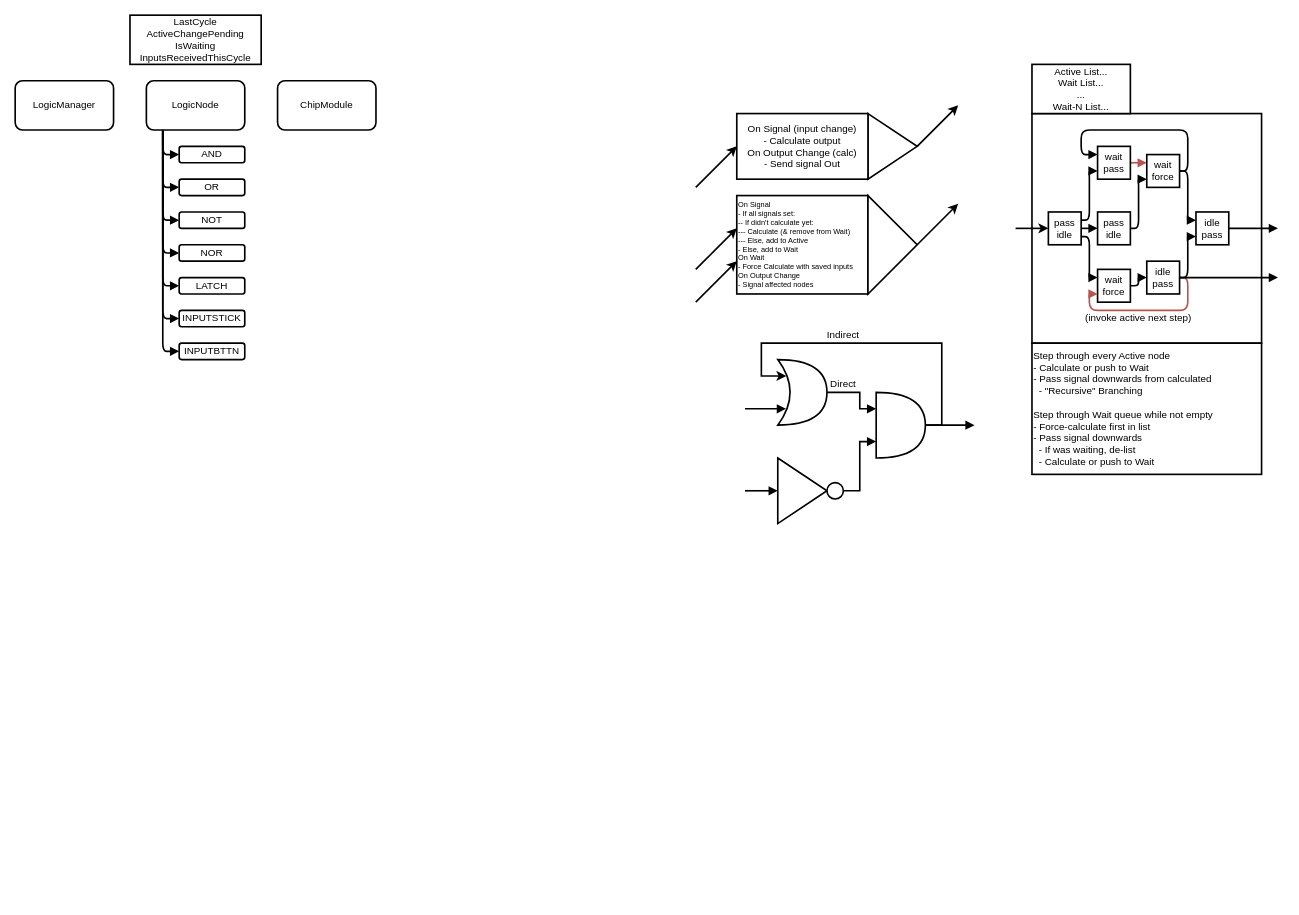
This is Untitled Diagram.drawio from Aceba1/Logic-Gates, a draw.io file, before an edit. Source tidied: cells renumbered, new cells numbered last; positions are measured from the earlier drawing's top-left corner, leaving out a move shared by most shapes. Both pictures are drawn from the tidied source at 82%, with x=0, y=0 at pixel (15, 15).
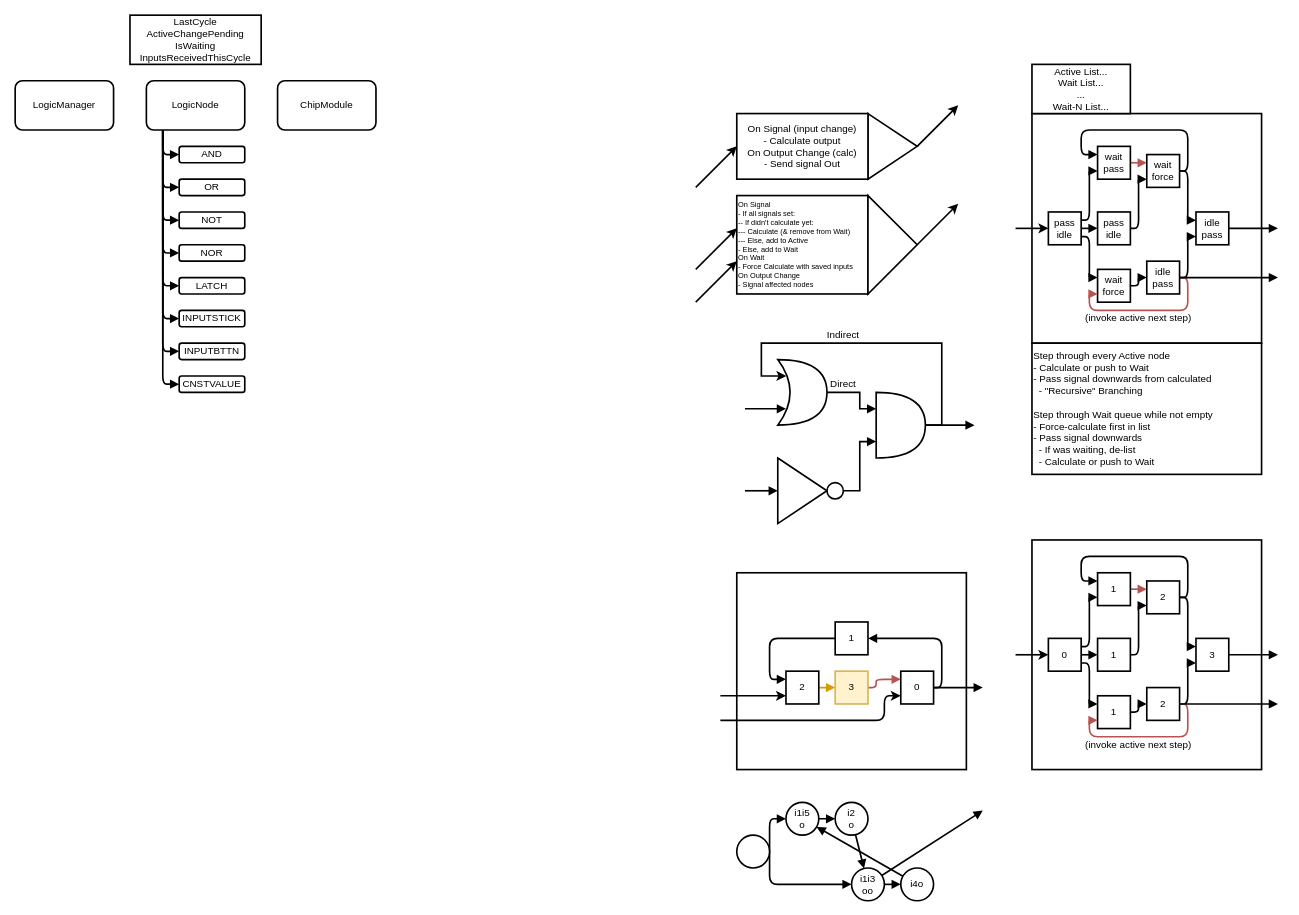
After the change.

Unchanged cells that the change refers to:
```xml
<mxCell id="49" value="&lt;div&gt;LogicNode&lt;/div&gt;" style="rounded=1;whiteSpace=wrap;html=1;strokeWidth=2;" parent="1" vertex="1">
  <mxGeometry x="160" y="80" width="120" height="60" as="geometry" />
</mxCell>
```

Diff of the diagram source:
```diff
@@
+    <mxCell id="65" style="edgeStyle=orthogonalEdgeStyle;rounded=1;jettySize=auto;html=1;entryX=0;entryY=0.5;entryDx=0;entryDy=0;startArrow=none;startFill=0;endArrow=block;endFill=1;strokeWidth=2;fontSize=12;" parent="1" edge="1" source="49" target="66">
+      <mxGeometry relative="1" as="geometry">
+        <Array as="points">
+          <mxPoint x="180" y="450" />
+        </Array>
+      </mxGeometry>
+    </mxCell>
@@
+    <mxCell id="66" value="CNSTVALUE" style="rounded=1;whiteSpace=wrap;html=1;strokeWidth=2;" parent="1" vertex="1">
+      <mxGeometry x="200" y="440" width="80" height="20" as="geometry" />
+    </mxCell>
+    <mxCell id="67" style="rounded=0;whiteSpace=wrap;html=1;strokeWidth=2;" parent="1" vertex="1">
+      <mxGeometry x="1240" y="640" width="280" height="280" as="geometry" />
+    </mxCell>
+    <mxCell id="68" style="edgeStyle=orthogonalEdgeStyle;rounded=1;jettySize=auto;html=1;entryX=0;entryY=0.5;entryDx=0;entryDy=0;startArrow=none;startFill=0;endArrow=block;endFill=1;strokeWidth=2;" parent="1" edge="1" source="71" target="73">
+      <mxGeometry relative="1" as="geometry">
+        <Array as="points">
+          <mxPoint x="1320" y="780" />
+        </Array>
+      </mxGeometry>
+    </mxCell>
+    <mxCell id="69" style="edgeStyle=orthogonalEdgeStyle;rounded=1;jettySize=auto;html=1;exitX=1;exitY=0.25;exitDx=0;exitDy=0;entryX=0;entryY=0.75;entryDx=0;entryDy=0;startArrow=none;startFill=0;endArrow=block;endFill=1;strokeWidth=2;" parent="1" edge="1" source="71" target="75">
+      <mxGeometry relative="1" as="geometry">
+        <Array as="points">
+          <mxPoint x="1310" y="770" />
+          <mxPoint x="1310" y="710" />
+        </Array>
+      </mxGeometry>
+    </mxCell>
+    <mxCell id="70" style="edgeStyle=orthogonalEdgeStyle;rounded=1;jettySize=auto;html=1;exitX=1;exitY=0.75;exitDx=0;exitDy=0;entryX=0;entryY=0.25;entryDx=0;entryDy=0;startArrow=none;startFill=0;endArrow=block;endFill=1;strokeWidth=2;" parent="1" edge="1" source="71" target="80">
+      <mxGeometry relative="1" as="geometry">
+        <Array as="points">
+          <mxPoint x="1310" y="790" />
+          <mxPoint x="1310" y="840" />
+        </Array>
+      </mxGeometry>
+    </mxCell>
+    <mxCell id="71" value="0" style="rounded=0;whiteSpace=wrap;html=1;strokeWidth=2;" parent="1" vertex="1">
+      <mxGeometry x="1260" y="760" width="40" height="40" as="geometry" />
+    </mxCell>
+    <mxCell id="72" style="edgeStyle=orthogonalEdgeStyle;rounded=1;jettySize=auto;html=1;entryX=0;entryY=0.75;entryDx=0;entryDy=0;startArrow=none;startFill=0;endArrow=block;endFill=1;strokeWidth=2;" parent="1" edge="1" source="73" target="78">
+      <mxGeometry relative="1" as="geometry">
+        <Array as="points">
+          <mxPoint x="1370" y="780" />
+          <mxPoint x="1370" y="720" />
+        </Array>
+      </mxGeometry>
+    </mxCell>
+    <mxCell id="73" value="1" style="rounded=0;whiteSpace=wrap;html=1;strokeWidth=2;" parent="1" vertex="1">
+      <mxGeometry x="1320" y="760" width="40" height="40" as="geometry" />
+    </mxCell>
+    <mxCell id="74" style="edgeStyle=orthogonalEdgeStyle;rounded=0;jettySize=auto;html=1;entryX=0;entryY=0.25;entryDx=0;entryDy=0;startArrow=none;startFill=0;endArrow=block;endFill=1;strokeWidth=2;fillColor=#f8cecc;strokeColor=#b85450;" parent="1" edge="1" source="75" target="78">
+      <mxGeometry relative="1" as="geometry">
+        <Array as="points">
+          <mxPoint x="1360" y="700" />
+          <mxPoint x="1360" y="700" />
+        </Array>
+      </mxGeometry>
+    </mxCell>
+    <mxCell id="75" value="1" style="rounded=0;whiteSpace=wrap;html=1;strokeWidth=2;" parent="1" vertex="1">
+      <mxGeometry x="1320" y="680" width="40" height="40" as="geometry" />
+    </mxCell>
+    <mxCell id="76" style="edgeStyle=orthogonalEdgeStyle;rounded=1;jettySize=auto;html=1;entryX=0;entryY=0.25;entryDx=0;entryDy=0;startArrow=none;startFill=0;endArrow=block;endFill=1;strokeWidth=2;" parent="1" edge="1" source="78" target="75">
+      <mxGeometry relative="1" as="geometry">
+        <Array as="points">
+          <mxPoint x="1430" y="710" />
+          <mxPoint x="1430" y="660" />
+          <mxPoint x="1300" y="660" />
+          <mxPoint x="1300" y="690" />
+        </Array>
+      </mxGeometry>
+    </mxCell>
+    <mxCell id="77" style="edgeStyle=orthogonalEdgeStyle;rounded=1;jettySize=auto;html=1;exitX=1;exitY=0.5;exitDx=0;exitDy=0;entryX=0;entryY=0.25;entryDx=0;entryDy=0;startArrow=none;startFill=0;endArrow=block;endFill=1;strokeWidth=2;" parent="1" edge="1" source="78" target="86">
+      <mxGeometry relative="1" as="geometry">
+        <Array as="points">
+          <mxPoint x="1430" y="710" />
+          <mxPoint x="1430" y="770" />
+        </Array>
+      </mxGeometry>
+    </mxCell>
+    <mxCell id="78" value="2" style="rounded=0;whiteSpace=wrap;html=1;strokeWidth=2;" parent="1" vertex="1">
+      <mxGeometry x="1380" y="690" width="40" height="40" as="geometry" />
+    </mxCell>
+    <mxCell id="79" style="edgeStyle=orthogonalEdgeStyle;rounded=1;jettySize=auto;html=1;entryX=0;entryY=0.5;entryDx=0;entryDy=0;startArrow=none;startFill=0;endArrow=block;endFill=1;strokeWidth=2;" parent="1" edge="1" source="80" target="84">
+      <mxGeometry relative="1" as="geometry">
+        <Array as="points">
+          <mxPoint x="1370" y="850" />
+          <mxPoint x="1370" y="840" />
+        </Array>
+      </mxGeometry>
+    </mxCell>
+    <mxCell id="80" value="1" style="rounded=0;whiteSpace=wrap;html=1;strokeWidth=2;" parent="1" vertex="1">
+      <mxGeometry x="1320" y="830" width="40" height="40" as="geometry" />
+    </mxCell>
+    <mxCell id="81" style="edgeStyle=orthogonalEdgeStyle;rounded=1;jettySize=auto;html=1;entryX=0;entryY=0.75;entryDx=0;entryDy=0;startArrow=none;startFill=0;endArrow=block;endFill=1;strokeWidth=2;" parent="1" edge="1" source="84" target="86">
+      <mxGeometry relative="1" as="geometry">
+        <Array as="points">
+          <mxPoint x="1430" y="840" />
+          <mxPoint x="1430" y="790" />
+        </Array>
+      </mxGeometry>
+    </mxCell>
+    <mxCell id="82" style="edgeStyle=orthogonalEdgeStyle;rounded=1;jettySize=auto;html=1;startArrow=none;startFill=0;endArrow=block;endFill=1;strokeWidth=2;fillColor=#f8cecc;strokeColor=#b85450;" parent="1" edge="1" source="84">
+      <mxGeometry relative="1" as="geometry">
+        <mxPoint x="1320" y="860" as="targetPoint" />
+        <Array as="points">
+          <mxPoint x="1430" y="840" />
+          <mxPoint x="1430" y="880" />
+          <mxPoint x="1310" y="880" />
+          <mxPoint x="1310" y="860" />
+        </Array>
+      </mxGeometry>
+    </mxCell>
+    <mxCell id="83" style="edgeStyle=orthogonalEdgeStyle;rounded=0;jettySize=auto;html=1;exitX=1;exitY=0.5;exitDx=0;exitDy=0;startArrow=none;startFill=0;endArrow=block;endFill=1;strokeWidth=2;" parent="1" edge="1" source="84">
+      <mxGeometry relative="1" as="geometry">
+        <mxPoint x="1540" y="840" as="targetPoint" />
+      </mxGeometry>
+    </mxCell>
+    <mxCell id="84" value="2" style="rounded=0;whiteSpace=wrap;html=1;strokeWidth=2;" parent="1" vertex="1">
+      <mxGeometry x="1380" y="820" width="40" height="40" as="geometry" />
+    </mxCell>
+    <mxCell id="85" style="edgeStyle=orthogonalEdgeStyle;rounded=0;jettySize=auto;html=1;exitX=1;exitY=0.5;exitDx=0;exitDy=0;startArrow=none;startFill=0;endArrow=block;endFill=1;strokeWidth=2;" parent="1" edge="1" source="86">
+      <mxGeometry relative="1" as="geometry">
+        <mxPoint x="1540" y="780" as="targetPoint" />
+      </mxGeometry>
+    </mxCell>
+    <mxCell id="86" value="3" style="rounded=0;whiteSpace=wrap;html=1;strokeWidth=2;" parent="1" vertex="1">
+      <mxGeometry x="1440" y="760" width="40" height="40" as="geometry" />
+    </mxCell>
+    <mxCell id="87" style="endArrow=classic;html=1;strokeWidth=2;entryX=0;entryY=0.5;entryDx=0;entryDy=0;" parent="1" edge="1" target="71">
+      <mxGeometry relative="1" as="geometry">
+        <mxPoint x="1220" y="780" as="sourcePoint" />
+      </mxGeometry>
+    </mxCell>
+    <mxCell id="88" value="(invoke active next step)" style="text;html=1;strokeColor=none;fillColor=none;align=center;verticalAlign=middle;whiteSpace=wrap;rounded=0;" parent="1" vertex="1">
+      <mxGeometry x="1270" y="880" width="200" height="20" as="geometry" />
+    </mxCell>
+    <mxCell id="89" style="rounded=0;whiteSpace=wrap;html=1;strokeWidth=2;" parent="1" vertex="1">
+      <mxGeometry x="880" y="680" width="280" height="240" as="geometry" />
+    </mxCell>
+    <mxCell id="90" style="edgeStyle=orthogonalEdgeStyle;rounded=1;jettySize=auto;html=1;entryX=0;entryY=0.5;entryDx=0;entryDy=0;startArrow=none;startFill=0;endArrow=block;endFill=1;strokeWidth=2;fontSize=12;fillColor=#ffe6cc;strokeColor=#d79b00;" parent="1" edge="1" source="91" target="93">
+      <mxGeometry relative="1" as="geometry">
+        <Array as="points">
+          <mxPoint x="990" y="820" />
+          <mxPoint x="990" y="820" />
+        </Array>
+      </mxGeometry>
+    </mxCell>
+    <mxCell id="91" value="2" style="rounded=0;whiteSpace=wrap;html=1;strokeWidth=2;fontSize=12;align=center;" parent="1" vertex="1">
+      <mxGeometry x="940" y="800" width="40" height="40" as="geometry" />
+    </mxCell>
+    <mxCell id="92" style="edgeStyle=orthogonalEdgeStyle;rounded=1;jettySize=auto;html=1;entryX=0;entryY=0.25;entryDx=0;entryDy=0;startArrow=none;startFill=0;endArrow=block;endFill=1;strokeWidth=2;fontSize=12;fillColor=#f8cecc;strokeColor=#b85450;" parent="1" edge="1" source="93" target="96">
+      <mxGeometry relative="1" as="geometry">
+        <Array as="points">
+          <mxPoint x="1050" y="820" />
+          <mxPoint x="1050" y="810" />
+        </Array>
+      </mxGeometry>
+    </mxCell>
+    <mxCell id="93" value="3" style="rounded=0;whiteSpace=wrap;html=1;strokeWidth=2;fontSize=12;align=center;fillColor=#fff2cc;strokeColor=#d6b656;" parent="1" vertex="1">
+      <mxGeometry x="1000" y="800" width="40" height="40" as="geometry" />
+    </mxCell>
+    <mxCell id="94" style="edgeStyle=orthogonalEdgeStyle;rounded=1;jettySize=auto;html=1;entryX=1;entryY=0.5;entryDx=0;entryDy=0;startArrow=none;startFill=0;endArrow=block;endFill=1;strokeWidth=2;fontSize=12;" parent="1" edge="1" source="96" target="98">
+      <mxGeometry relative="1" as="geometry">
+        <Array as="points">
+          <mxPoint x="1130" y="820" />
+          <mxPoint x="1130" y="760" />
+        </Array>
+      </mxGeometry>
+    </mxCell>
+    <mxCell id="95" style="edgeStyle=orthogonalEdgeStyle;rounded=1;jettySize=auto;html=1;startArrow=none;startFill=0;endArrow=block;endFill=1;strokeWidth=2;fontSize=12;" parent="1" edge="1" source="96">
+      <mxGeometry relative="1" as="geometry">
+        <mxPoint x="1180" y="820" as="targetPoint" />
+      </mxGeometry>
+    </mxCell>
+    <mxCell id="96" value="0" style="rounded=0;whiteSpace=wrap;html=1;strokeWidth=2;fontSize=12;align=center;" parent="1" vertex="1">
+      <mxGeometry x="1080" y="800" width="40" height="40" as="geometry" />
+    </mxCell>
+    <mxCell id="97" style="edgeStyle=orthogonalEdgeStyle;rounded=1;jettySize=auto;html=1;entryX=0;entryY=0.25;entryDx=0;entryDy=0;startArrow=none;startFill=0;endArrow=block;endFill=1;strokeWidth=2;fontSize=12;" parent="1" edge="1" source="98" target="91">
+      <mxGeometry relative="1" as="geometry" />
+    </mxCell>
+    <mxCell id="98" value="1" style="rounded=0;whiteSpace=wrap;html=1;strokeWidth=2;fontSize=12;align=center;" parent="1" vertex="1">
+      <mxGeometry x="1000" y="740" width="40" height="40" as="geometry" />
+    </mxCell>
+    <mxCell id="99" style="endArrow=classic;html=1;strokeWidth=2;entryX=0;entryY=0.75;entryDx=0;entryDy=0;" parent="1" edge="1" target="91">
+      <mxGeometry relative="1" as="geometry">
+        <mxPoint x="860" y="830" as="sourcePoint" />
+      </mxGeometry>
+    </mxCell>
+    <mxCell id="100" style="endArrow=classic;html=1;strokeWidth=2;entryX=0;entryY=0.75;entryDx=0;entryDy=0;" parent="1" edge="1" target="96">
+      <mxGeometry relative="1" as="geometry">
+        <mxPoint x="860" y="860" as="sourcePoint" />
+        <Array as="points">
+          <mxPoint x="1060" y="860" />
+          <mxPoint x="1060" y="830" />
+        </Array>
+      </mxGeometry>
+    </mxCell>
+    <mxCell id="101" style="edgeStyle=orthogonalEdgeStyle;rounded=1;jettySize=auto;html=1;entryX=0;entryY=0.5;entryDx=0;entryDy=0;startArrow=none;startFill=0;endArrow=block;endFill=1;strokeWidth=2;fontSize=12;" parent="1" edge="1" source="103" target="105">
+      <mxGeometry relative="1" as="geometry">
+        <Array as="points">
+          <mxPoint x="920" y="980" />
+        </Array>
+      </mxGeometry>
+    </mxCell>
+    <mxCell id="102" style="edgeStyle=orthogonalEdgeStyle;rounded=1;jettySize=auto;html=1;entryX=0;entryY=0.5;entryDx=0;entryDy=0;startArrow=none;startFill=0;endArrow=block;endFill=1;strokeWidth=2;fontSize=12;" parent="1" edge="1" source="103" target="110">
+      <mxGeometry relative="1" as="geometry">
+        <Array as="points">
+          <mxPoint x="920" y="1060" />
+        </Array>
+      </mxGeometry>
+    </mxCell>
+    <mxCell id="103" style="ellipse;whiteSpace=wrap;html=1;strokeWidth=2;fontSize=12;align=center;" parent="1" vertex="1">
+      <mxGeometry x="880" y="1000" width="40" height="40" as="geometry" />
+    </mxCell>
+    <mxCell id="104" style="edgeStyle=orthogonalEdgeStyle;rounded=1;jettySize=auto;html=1;entryX=0;entryY=0.5;entryDx=0;entryDy=0;startArrow=none;startFill=0;endArrow=block;endFill=1;strokeWidth=2;fontSize=12;" parent="1" edge="1" source="105" target="107">
+      <mxGeometry relative="1" as="geometry" />
+    </mxCell>
+    <mxCell id="105" value="&lt;div&gt;i1i5&lt;/div&gt;&lt;div&gt;o&lt;br&gt;&lt;/div&gt;" style="ellipse;whiteSpace=wrap;html=1;strokeWidth=2;fontSize=12;align=center;" parent="1" vertex="1">
+      <mxGeometry x="940" y="960" width="40" height="40" as="geometry" />
+    </mxCell>
+    <mxCell id="106" style="rounded=1;jettySize=auto;html=1;startArrow=none;startFill=0;endArrow=block;endFill=1;strokeWidth=2;fontSize=12;" parent="1" edge="1" source="107" target="110">
+      <mxGeometry relative="1" as="geometry" />
+    </mxCell>
+    <mxCell id="107" value="&lt;div&gt;i2&lt;/div&gt;&lt;div&gt;o&lt;br&gt;&lt;/div&gt;" style="ellipse;whiteSpace=wrap;html=1;strokeWidth=2;fontSize=12;align=center;" parent="1" vertex="1">
+      <mxGeometry x="1000" y="960" width="40" height="40" as="geometry" />
+    </mxCell>
+    <mxCell id="108" style="rounded=1;jettySize=auto;html=1;startArrow=none;startFill=0;endArrow=block;endFill=1;strokeWidth=2;fontSize=12;" parent="1" edge="1" source="110" target="112">
+      <mxGeometry relative="1" as="geometry" />
+    </mxCell>
+    <mxCell id="109" style="edgeStyle=none;rounded=1;jettySize=auto;html=1;startArrow=none;startFill=0;endArrow=block;endFill=1;strokeWidth=2;fontSize=12;" parent="1" edge="1" source="110">
+      <mxGeometry relative="1" as="geometry">
+        <mxPoint x="1180" y="970" as="targetPoint" />
+      </mxGeometry>
+    </mxCell>
+    <mxCell id="110" value="&lt;div&gt;i1i3&lt;/div&gt;&lt;div&gt;oo&lt;/div&gt;" style="ellipse;whiteSpace=wrap;html=1;strokeWidth=2;fontSize=12;align=center;" parent="1" vertex="1">
+      <mxGeometry x="1020" y="1040" width="40" height="40" as="geometry" />
+    </mxCell>
+    <mxCell id="111" style="rounded=1;jettySize=auto;html=1;startArrow=none;startFill=0;endArrow=block;endFill=1;strokeWidth=2;fontSize=12;" parent="1" edge="1" source="112" target="105">
+      <mxGeometry relative="1" as="geometry" />
+    </mxCell>
+    <mxCell id="112" value="i4o" style="ellipse;whiteSpace=wrap;html=1;strokeWidth=2;fontSize=12;align=center;" parent="1" vertex="1">
+      <mxGeometry x="1080" y="1040" width="40" height="40" as="geometry" />
+    </mxCell>
```
